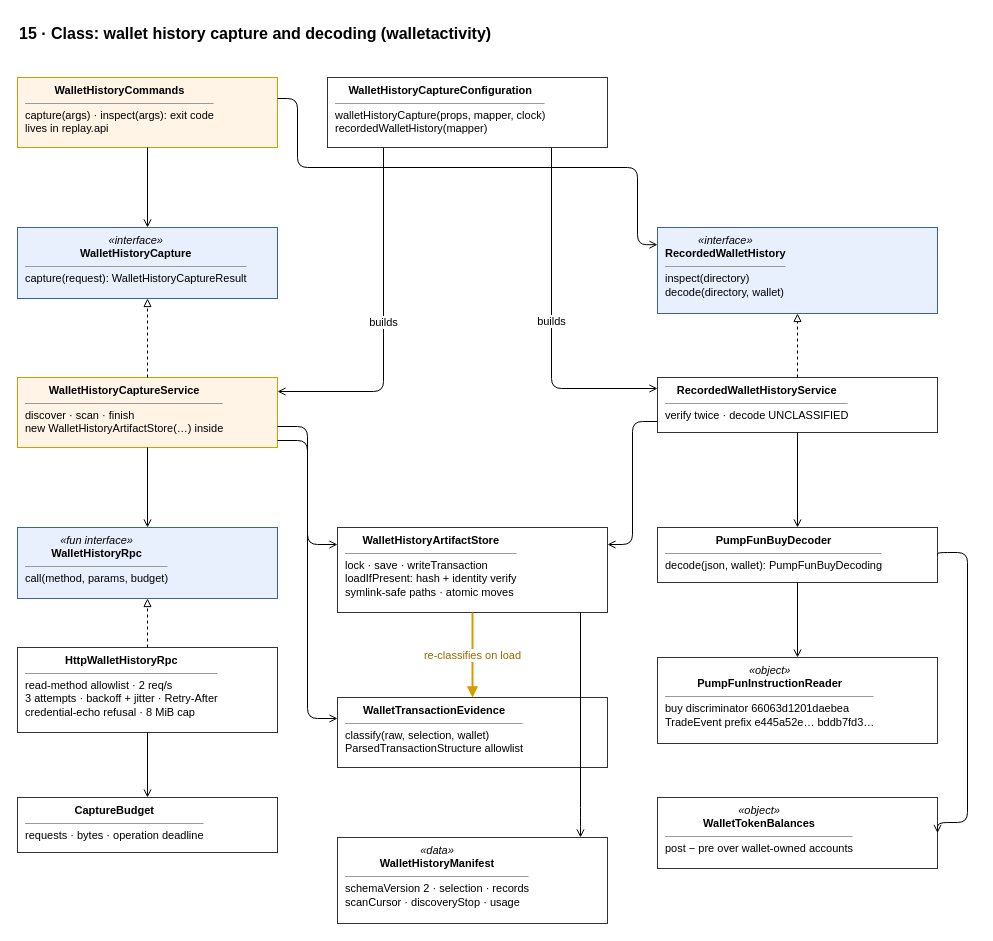
Above: docs/architecture/diagrams/15-class-wallet-capture.drawio in Bakhtiyor22/trenching-bot (draw.io), before the change. Source tidied: cells renumbered, new cells numbered last; positions are measured from the earlier drawing's top-left corner, leaving out a move shared by most shapes. Both pictures are drawn from the tidied source at 100%, with x=0, y=0 at pixel (17, 17).
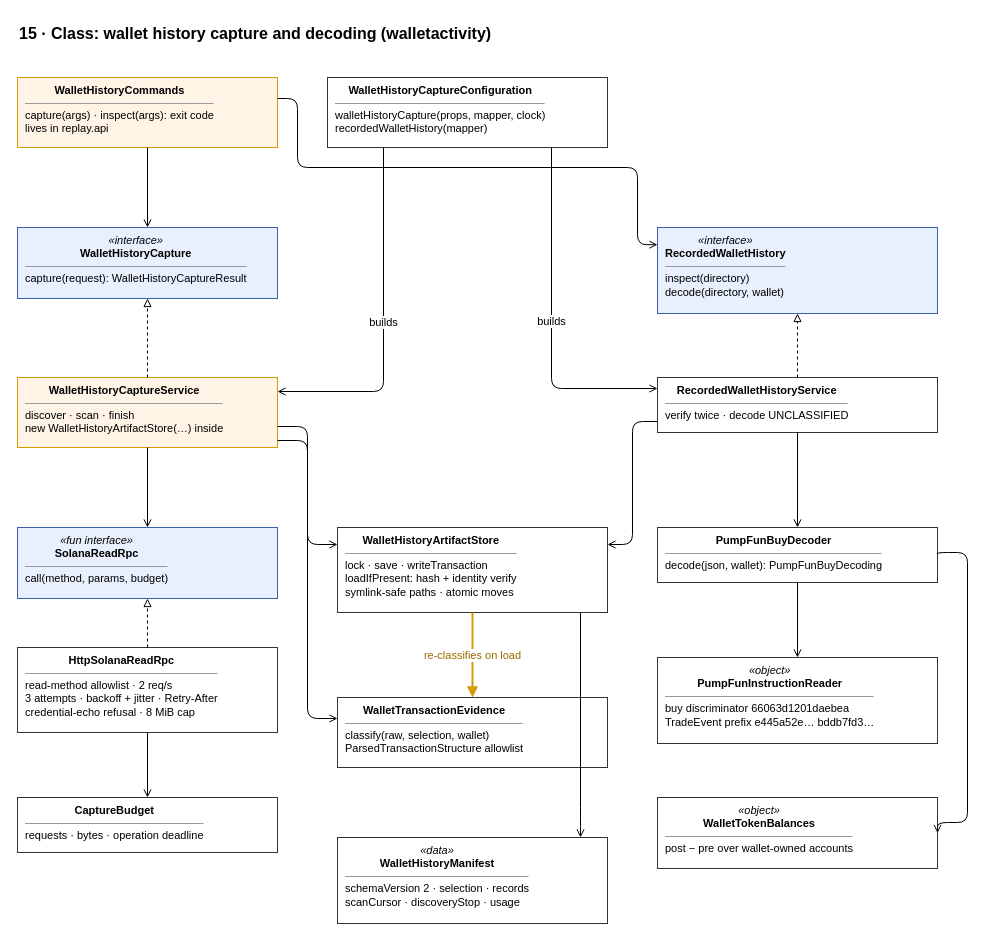
The same diagram, later.

Change to the diagram source:
```diff
@@
-    <mxCell id="9" value="&lt;div style=&quot;text-align:center;font-style:italic&quot;&gt;&amp;laquo;fun interface&amp;raquo;&lt;/div&gt;&lt;div style=&quot;text-align:center&quot;&gt;&lt;b&gt;WalletHistoryRpc&lt;/b&gt;&lt;/div&gt;&lt;hr size=&quot;1&quot;&gt;call(method, params, budget)" style="rounded=0;whiteSpace=wrap;html=1;align=left;verticalAlign=top;spacingLeft=6;spacingRight=4;fillColor=#e8f0fe;strokeColor=#3b5fa8;fontSize=11;" parent="1" vertex="1">
+    <mxCell id="9" value="&lt;div style=&quot;text-align:center;font-style:italic&quot;&gt;&amp;laquo;fun interface&amp;raquo;&lt;/div&gt;&lt;div style=&quot;text-align:center&quot;&gt;&lt;b&gt;SolanaReadRpc&lt;/b&gt;&lt;/div&gt;&lt;hr size=&quot;1&quot;&gt;call(method, params, budget)" style="rounded=0;whiteSpace=wrap;html=1;align=left;verticalAlign=top;spacingLeft=6;spacingRight=4;fillColor=#e8f0fe;strokeColor=#3b5fa8;fontSize=11;" parent="1" vertex="1">
       <mxGeometry y="510" width="260" height="71" as="geometry" />
     </mxCell>
-    <mxCell id="10" value="&lt;div style=&quot;text-align:center&quot;&gt;&lt;b&gt;HttpWalletHistoryRpc&lt;/b&gt;&lt;/div&gt;&lt;hr size=&quot;1&quot;&gt;read-method allowlist · 2 req/s&lt;br&gt;3 attempts · backoff + jitter · Retry-After&lt;br&gt;credential-echo refusal · 8 MiB cap" style="rounded=0;whiteSpace=wrap;html=1;align=left;verticalAlign=top;spacingLeft=6;spacingRight=4;fillColor=#ffffff;strokeColor=#333333;fontSize=11;" parent="1" vertex="1">
+    <mxCell id="10" value="&lt;div style=&quot;text-align:center&quot;&gt;&lt;b&gt;HttpSolanaReadRpc&lt;/b&gt;&lt;/div&gt;&lt;hr size=&quot;1&quot;&gt;read-method allowlist · 2 req/s&lt;br&gt;3 attempts · backoff + jitter · Retry-After&lt;br&gt;credential-echo refusal · 8 MiB cap" style="rounded=0;whiteSpace=wrap;html=1;align=left;verticalAlign=top;spacingLeft=6;spacingRight=4;fillColor=#ffffff;strokeColor=#333333;fontSize=11;" parent="1" vertex="1">
       <mxGeometry y="630" width="260" height="85" as="geometry" />
     </mxCell>
```
